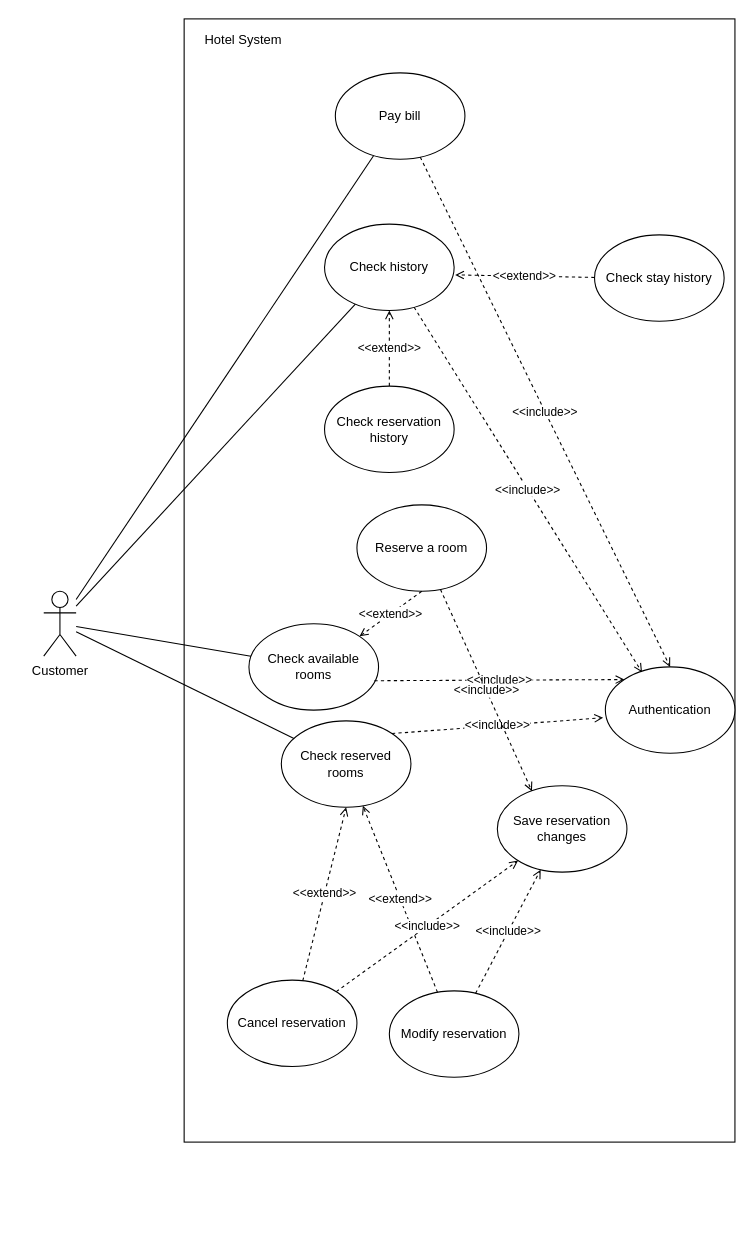
Before: Diagrams/UseCase/HotelManager.drawio in mclhtay/CS4471, a draw.io diagram. Source tidied: cells renumbered, new cells numbered last; positions are measured from the earlier drawing's top-left corner, leaving out a move shared by most shapes. Both pictures are drawn from the tidied source at 108%, with x=0, y=0 at pixel (43, 18).
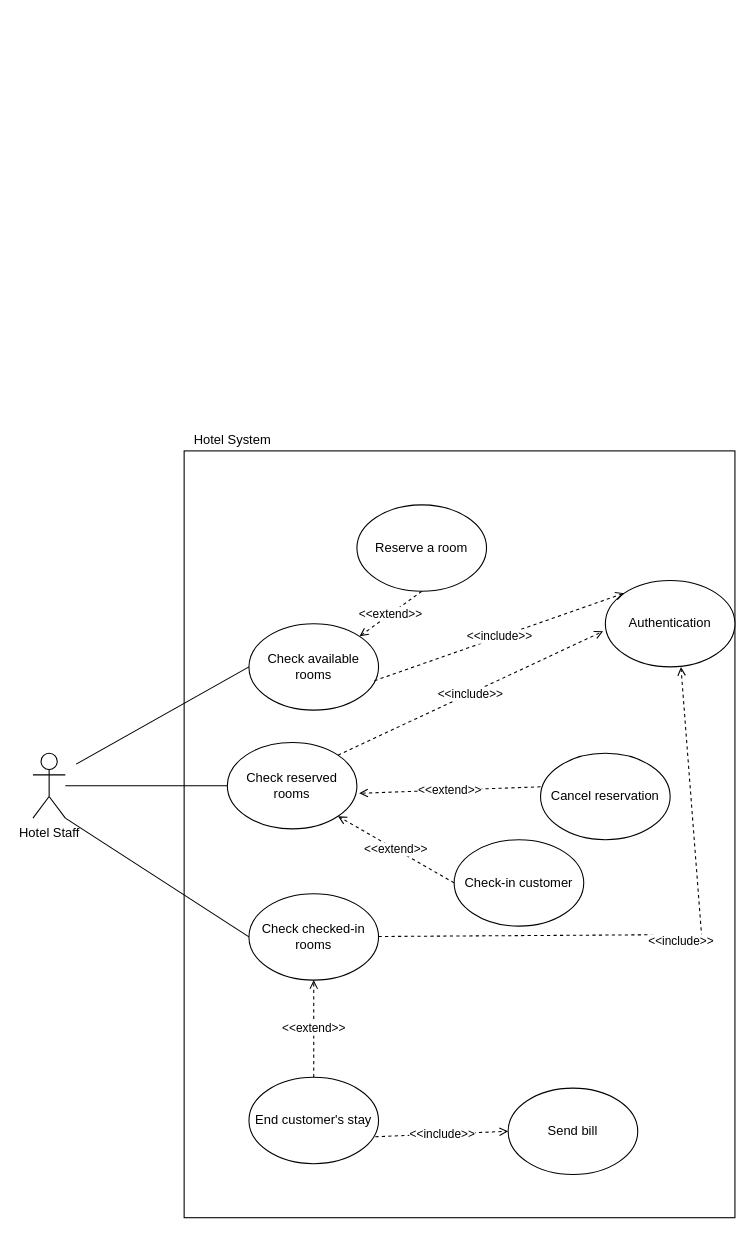
The same diagram, later.

Commit message:
restore changes to hotel manager usecase diagram

The change refers to these unchanged cells:
```xml
<mxCell id="5" value="Reserve a room" style="ellipse;whiteSpace=wrap;html=1;" parent="1" vertex="1">
  <mxGeometry x="290" y="450" width="120" height="80" as="geometry" />
</mxCell>
<mxCell id="11" value="Check available rooms" style="ellipse;whiteSpace=wrap;html=1;" parent="1" vertex="1">
  <mxGeometry x="190" y="560" width="120" height="80" as="geometry" />
</mxCell>
```

Diff of the diagram source:
```diff
@@
     <mxCell id="2" style="rounded=0;whiteSpace=wrap;html=1;" parent="1" vertex="1">
-      <mxGeometry x="130" width="510" height="1040" as="geometry" />
+      <mxGeometry x="130" y="400" width="510" height="710" as="geometry" />
     </mxCell>
+    <mxCell id="33" value="Hotel Staff" style="shape=umlActor;verticalLabelPosition=bottom;verticalAlign=top;html=1;outlineConnect=0;" parent="1" vertex="1">
+      <mxGeometry x="-10" y="680" width="30" height="60" as="geometry" />
+    </mxCell>
     <mxCell id="3" value="Authentication" style="ellipse;whiteSpace=wrap;html=1;" parent="1" vertex="1">
-      <mxGeometry x="520" y="600" width="120" height="80" as="geometry" />
+      <mxGeometry x="520" y="520" width="120" height="80" as="geometry" />
     </mxCell>
+    <mxCell id="34" value="Check checked-in rooms" style="ellipse;whiteSpace=wrap;html=1;" parent="1" vertex="1">
+      <mxGeometry x="190" y="810" width="120" height="80" as="geometry" />
+    </mxCell>
     <mxCell id="4" value="Check reserved rooms" style="ellipse;whiteSpace=wrap;html=1;" parent="1" vertex="1">
-      <mxGeometry x="220" y="650" width="120" height="80" as="geometry" />
+      <mxGeometry x="170" y="670" width="120" height="80" as="geometry" />
     </mxCell>
+    <mxCell id="35" value="End customer's stay" style="ellipse;whiteSpace=wrap;html=1;" parent="1" vertex="1">
+      <mxGeometry x="190" y="980" width="120" height="80" as="geometry" />
+    </mxCell>
@@
+    <mxCell id="36" value="Send bill" style="ellipse;whiteSpace=wrap;html=1;" parent="1" vertex="1">
+      <mxGeometry x="430" y="990" width="120" height="80" as="geometry" />
+    </mxCell>
     <mxCell id="6" value="Cancel reservation" style="ellipse;whiteSpace=wrap;html=1;" parent="1" vertex="1">
-      <mxGeometry x="170" y="890" width="120" height="80" as="geometry" />
+      <mxGeometry x="460" y="680" width="120" height="80" as="geometry" />
     </mxCell>
+    <mxCell id="37" style="endArrow=none;html=1;entryX=0;entryY=0.5;entryDx=0;entryDy=0;" parent="1" edge="1" source="33" target="4">
+      <mxGeometry relative="1" as="geometry" />
+    </mxCell>
+    <mxCell id="38" style="endArrow=none;html=1;exitX=1;exitY=1;exitDx=0;exitDy=0;exitPerimeter=0;entryX=0;entryY=0.5;entryDx=0;entryDy=0;" parent="1" edge="1" source="33" target="34">
+      <mxGeometry relative="1" as="geometry" />
+    </mxCell>
@@
-    <mxCell id="8" value="&amp;lt;&amp;lt;extend&amp;gt;&amp;gt;" style="endArrow=open;html=1;entryX=0.5;entryY=1;entryDx=0;entryDy=0;dashed=1;endFill=0;" parent="1" edge="1" source="6" target="4">
+    <mxCell id="8" value="&amp;lt;&amp;lt;extend&amp;gt;&amp;gt;" style="endArrow=open;html=1;exitX=0;exitY=0.388;exitDx=0;exitDy=0;entryX=1.017;entryY=0.588;entryDx=0;entryDy=0;dashed=1;endFill=0;exitPerimeter=0;entryPerimeter=0;" parent="1" edge="1" source="6" target="4">
       <mxGeometry relative="1" as="geometry" />
     </mxCell>
+    <mxCell id="39" value="&amp;lt;&amp;lt;extend&amp;gt;&amp;gt;" style="endArrow=open;html=1;exitX=0.5;exitY=0;exitDx=0;exitDy=0;entryX=0.5;entryY=1;entryDx=0;entryDy=0;dashed=1;endFill=0;" parent="1" edge="1" source="35" target="34">
+      <mxGeometry relative="1" as="geometry" />
+    </mxCell>
+    <mxCell id="40" value="&amp;lt;&amp;lt;include&amp;gt;&amp;gt;" style="endArrow=open;html=1;exitX=0.975;exitY=0.688;exitDx=0;exitDy=0;dashed=1;endFill=0;exitPerimeter=0;entryX=0;entryY=0.5;entryDx=0;entryDy=0;" parent="1" edge="1" source="35" target="36">
+      <mxGeometry relative="1" as="geometry" />
+    </mxCell>
+    <mxCell id="41" value="&amp;lt;&amp;lt;include&amp;gt;&amp;gt;" style="endArrow=open;html=1;dashed=1;endFill=0;" parent="1" edge="1" source="34">
+      <mxGeometry relative="1" as="geometry">
+        <mxPoint x="590" y="600" as="targetPoint" />
+        <Array as="points">
+          <mxPoint x="570" y="848" />
+          <mxPoint x="610" y="860" />
+        </Array>
+      </mxGeometry>
+    </mxCell>
@@
     <mxCell id="10" value="Hotel System" style="text;html=1;strokeColor=none;fillColor=none;align=center;verticalAlign=middle;whiteSpace=wrap;rounded=0;" parent="1" vertex="1">
-      <mxGeometry x="140" y="10" width="90" height="20" as="geometry" />
+      <mxGeometry x="130" y="380" width="90" height="20" as="geometry" />
     </mxCell>
@@
+    <mxCell id="42" style="endArrow=none;html=1;entryX=0;entryY=0.5;entryDx=0;entryDy=0;" parent="1" edge="1" target="11">
+      <mxGeometry relative="1" as="geometry">
+        <mxPoint x="30" y="690" as="sourcePoint" />
+      </mxGeometry>
+    </mxCell>
@@
-    <mxCell id="13" style="rounded=0;jettySize=auto;html=1;endArrow=none;endFill=0;" parent="1" edge="1" source="17" target="11">
-      <mxGeometry relative="1" as="geometry" />
-    </mxCell>
-    <mxCell id="14" style="edgeStyle=none;rounded=0;jettySize=auto;html=1;endArrow=none;endFill=0;" parent="1" edge="1" source="17" target="4">
-      <mxGeometry relative="1" as="geometry" />
-    </mxCell>
-    <mxCell id="15" style="edgeStyle=none;rounded=0;jettySize=auto;html=1;endArrow=none;endFill=0;" parent="1" edge="1" source="17" target="21">
-      <mxGeometry relative="1" as="geometry" />
-    </mxCell>
-    <mxCell id="16" style="edgeStyle=none;rounded=0;jettySize=auto;html=1;endArrow=none;endFill=0;" parent="1" edge="1" source="17" target="20">
-      <mxGeometry relative="1" as="geometry" />
-    </mxCell>
-    <mxCell id="17" value="Customer" style="shape=umlActor;verticalLabelPosition=bottom;verticalAlign=top;html=1;outlineConnect=0;" parent="1" vertex="1">
-      <mxGeometry y="530" width="30" height="60" as="geometry" />
-    </mxCell>
-    <mxCell id="18" value="Modify reservation" style="ellipse;whiteSpace=wrap;html=1;" parent="1" vertex="1">
-      <mxGeometry x="320" y="900" width="120" height="80" as="geometry" />
-    </mxCell>
-    <mxCell id="19" value="&amp;lt;&amp;lt;extend&amp;gt;&amp;gt;" style="endArrow=open;html=1;dashed=1;endFill=0;" parent="1" edge="1" source="18" target="4">
-      <mxGeometry relative="1" as="geometry" />
-    </mxCell>
-    <mxCell id="20" value="Pay bill" style="ellipse;whiteSpace=wrap;html=1;" parent="1" vertex="1">
-      <mxGeometry x="270" y="50" width="120" height="80" as="geometry" />
-    </mxCell>
-    <mxCell id="21" value="Check history" style="ellipse;whiteSpace=wrap;html=1;" parent="1" vertex="1">
-      <mxGeometry x="260" y="190" width="120" height="80" as="geometry" />
-    </mxCell>
-    <mxCell id="22" value="Check reservation history" style="ellipse;whiteSpace=wrap;html=1;" parent="1" vertex="1">
-      <mxGeometry x="260" y="340" width="120" height="80" as="geometry" />
-    </mxCell>
-    <mxCell id="23" value="Check stay history" style="ellipse;whiteSpace=wrap;html=1;" parent="1" vertex="1">
-      <mxGeometry x="510" y="200" width="120" height="80" as="geometry" />
-    </mxCell>
-    <mxCell id="24" value="&amp;lt;&amp;lt;extend&amp;gt;&amp;gt;" style="endArrow=open;html=1;dashed=1;endFill=0;" parent="1" edge="1" source="22" target="21">
-      <mxGeometry relative="1" as="geometry" />
-    </mxCell>
-    <mxCell id="25" value="&amp;lt;&amp;lt;extend&amp;gt;&amp;gt;" style="endArrow=open;html=1;dashed=1;endFill=0;entryX=1.008;entryY=0.588;entryDx=0;entryDy=0;entryPerimeter=0;" parent="1" edge="1" source="23" target="21">
-      <mxGeometry relative="1" as="geometry" />
-    </mxCell>
-    <mxCell id="26" value="&amp;lt;&amp;lt;include&amp;gt;&amp;gt;" style="endArrow=open;html=1;dashed=1;endFill=0;entryX=0.5;entryY=0;entryDx=0;entryDy=0;" parent="1" edge="1" source="20" target="3">
-      <mxGeometry relative="1" as="geometry" />
-    </mxCell>
-    <mxCell id="27" value="&amp;lt;&amp;lt;include&amp;gt;&amp;gt;" style="endArrow=open;html=1;dashed=1;endFill=0;entryX=0.283;entryY=0.063;entryDx=0;entryDy=0;entryPerimeter=0;" parent="1" edge="1" source="21" target="3">
-      <mxGeometry relative="1" as="geometry" />
-    </mxCell>
-    <mxCell id="28" value="Save reservation changes" style="ellipse;whiteSpace=wrap;html=1;" parent="1" vertex="1">
-      <mxGeometry x="420" y="710" width="120" height="80" as="geometry" />
-    </mxCell>
-    <mxCell id="29" value="&amp;lt;&amp;lt;include&amp;gt;&amp;gt;" style="endArrow=open;html=1;dashed=1;endFill=0;" parent="1" edge="1" source="18" target="28">
-      <mxGeometry relative="1" as="geometry" />
-    </mxCell>
-    <mxCell id="30" value="&amp;lt;&amp;lt;include&amp;gt;&amp;gt;" style="endArrow=open;html=1;dashed=1;endFill=0;" parent="1" edge="1" source="6" target="28">
-      <mxGeometry relative="1" as="geometry" />
-    </mxCell>
-    <mxCell id="31" value="&amp;lt;&amp;lt;include&amp;gt;&amp;gt;" style="endArrow=open;html=1;dashed=1;endFill=0;entryX=0.267;entryY=0.063;entryDx=0;entryDy=0;entryPerimeter=0;" parent="1" edge="1" source="5" target="28">
-      <mxGeometry relative="1" as="geometry" />
-    </mxCell>
-    <mxCell id="32" style="edgeStyle=orthogonalEdgeStyle;rounded=0;orthogonalLoop=1;jettySize=auto;html=1;exitX=0.5;exitY=1;exitDx=0;exitDy=0;" parent="1" edge="1" source="2" target="2">
-      <mxGeometry relative="1" as="geometry" />
-    </mxCell>
+    <mxCell id="43" value="Check-in customer" style="ellipse;whiteSpace=wrap;html=1;" parent="1" vertex="1">
+      <mxGeometry x="380" y="760" width="120" height="80" as="geometry" />
+    </mxCell>
+    <mxCell id="44" value="&amp;lt;&amp;lt;extend&amp;gt;&amp;gt;" style="endArrow=open;html=1;exitX=0;exitY=0.5;exitDx=0;exitDy=0;entryX=1;entryY=1;entryDx=0;entryDy=0;dashed=1;endFill=0;" parent="1" edge="1" source="43" target="4">
+      <mxGeometry relative="1" as="geometry" />
+    </mxCell>
```
